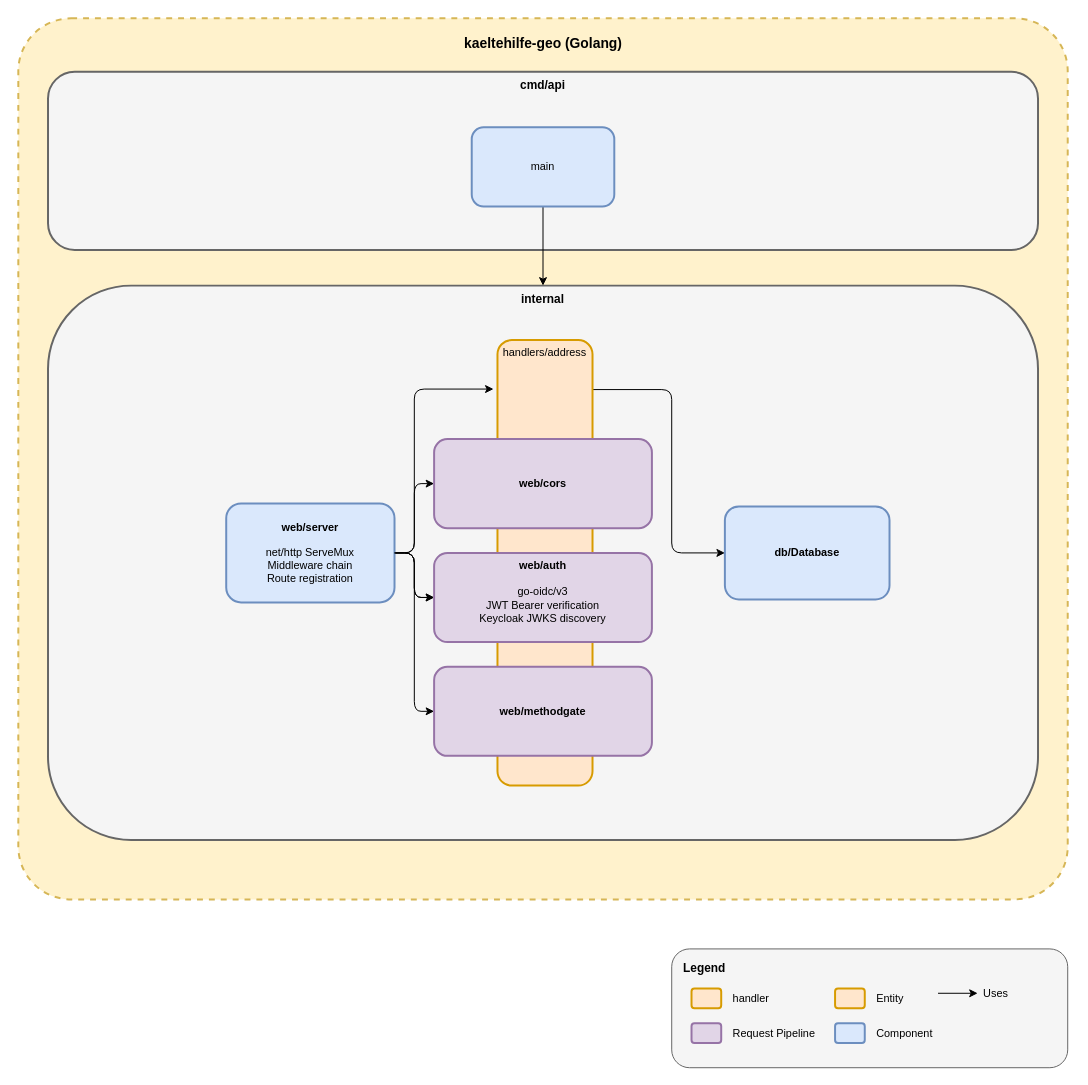
The draw.io diagram docs/img/architecture/5_whitebox_geo.drawio in Businesskasper/kaeltehilfe, before the edit. Source tidied: cells renumbered, new cells numbered last; positions are measured from the earlier drawing's top-left corner, leaving out a move shared by most shapes. Both pictures are drawn from the tidied source at 99%, with x=0, y=0 at pixel (18, 18).
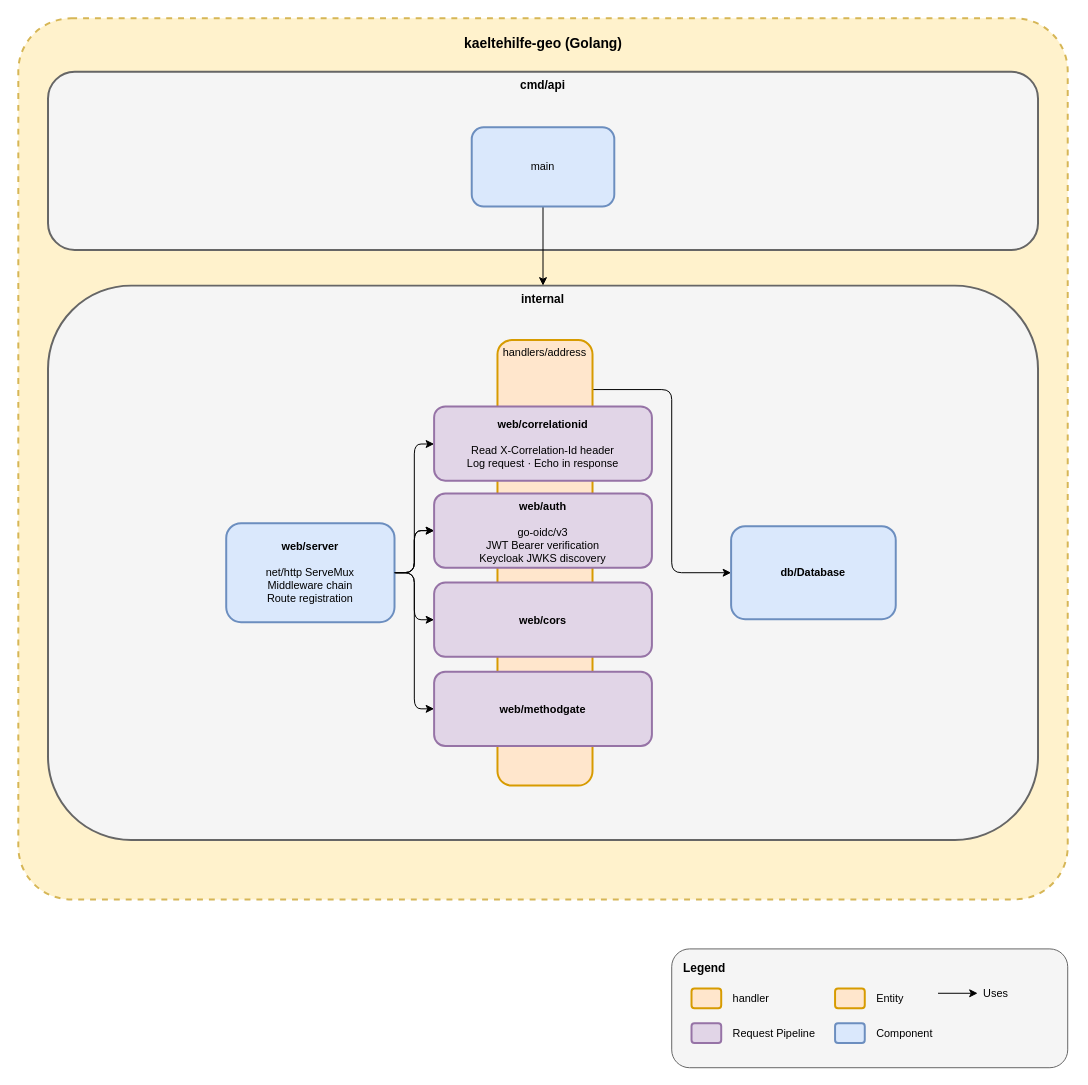
The same diagram, later.

Commit message (it also covers changes not shown here):
docu: Document correlation ID and logging in architecture, update whitebox diagrams

Unchanged cells that the change refers to:
```xml
<mxCell id="7" value="handlers/address" style="rounded=1;whiteSpace=wrap;html=1;fillColor=#ffe6cc;strokeColor=#d79b00;strokeWidth=2;fontSize=11;verticalAlign=top;" parent="1" vertex="1">
  <mxGeometry x="484" y="325" width="96" height="450" as="geometry" />
</mxCell>
```

Change to the diagram source:
```diff
@@
     <mxCell id="6" style="edgeStyle=orthogonalEdgeStyle;rounded=1;jettySize=auto;html=1;curved=0;" parent="1" edge="1" source="7" target="21">
       <mxGeometry relative="1" as="geometry">
         <Array as="points">
           <mxPoint x="660" y="375" />
-          <mxPoint x="660" y="540" />
+          <mxPoint x="660" y="560" />
         </Array>
       </mxGeometry>
     </mxCell>
@@
     <mxCell id="21" value="&lt;b&gt;db/Database&lt;/b&gt;" style="rounded=1;whiteSpace=wrap;html=1;fillColor=#dae8fc;strokeColor=#6c8ebf;strokeWidth=2;fontSize=11;" parent="1" vertex="1">
-      <mxGeometry x="713.7" y="493" width="166.3" height="94" as="geometry" />
+      <mxGeometry x="720" y="513" width="166.3" height="94" as="geometry" />
     </mxCell>
@@
     <mxCell id="27" value="&lt;b&gt;web/server&lt;/b&gt;&lt;br&gt;&lt;br&gt;net/http ServeMux&lt;br&gt;Middleware chain&lt;br&gt;Route registration" style="rounded=1;whiteSpace=wrap;html=1;fillColor=#dae8fc;strokeColor=#6c8ebf;strokeWidth=2;fontSize=11;" parent="1" vertex="1">
-      <mxGeometry x="210" y="490" width="170" height="100" as="geometry" />
+      <mxGeometry x="210" y="510" width="170" height="100" as="geometry" />
     </mxCell>
+    <mxCell id="33" value="&lt;b&gt;web/correlationid&lt;/b&gt;&lt;br&gt;&lt;br&gt;Read X-Correlation-Id header&lt;br&gt;Log request · Echo in response" style="rounded=1;whiteSpace=wrap;html=1;fillColor=#e1d5e7;strokeColor=#9673a6;strokeWidth=2;fontSize=11;" parent="1" vertex="1">
+      <mxGeometry x="420" y="392" width="220" height="75" as="geometry" />
+    </mxCell>
     <mxCell id="28" value="&lt;b&gt;web/cors&lt;/b&gt;" style="rounded=1;whiteSpace=wrap;html=1;fillColor=#e1d5e7;strokeColor=#9673a6;strokeWidth=2;fontSize=11;" parent="1" vertex="1">
-      <mxGeometry x="420" y="425" width="220" height="90" as="geometry" />
+      <mxGeometry x="420" y="570" width="220" height="75" as="geometry" />
     </mxCell>
     <mxCell id="29" value="&lt;b&gt;web/methodgate&lt;/b&gt;" style="rounded=1;whiteSpace=wrap;html=1;fillColor=#e1d5e7;strokeColor=#9673a6;strokeWidth=2;fontSize=11;" parent="1" vertex="1">
-      <mxGeometry x="420" y="655" width="220" height="90" as="geometry" />
+      <mxGeometry x="420" y="660" width="220" height="75" as="geometry" />
     </mxCell>
-    <mxCell id="30" style="edgeStyle=orthogonalEdgeStyle;rounded=1;jettySize=auto;html=1;entryX=-0.042;entryY=0.11;entryDx=0;entryDy=0;entryPerimeter=0;curved=0;" parent="1" edge="1" source="27" target="7">
+    <mxCell id="30" style="edgeStyle=orthogonalEdgeStyle;rounded=1;jettySize=auto;html=1;curved=0;" parent="1" edge="1" source="27" target="33">
       <mxGeometry relative="1" as="geometry">
         <Array as="points">
-          <mxPoint x="400" y="540" />
-          <mxPoint x="400" y="375" />
-          <mxPoint x="480" y="375" />
+          <mxPoint x="400" y="560" />
+          <mxPoint x="400" y="430" />
         </Array>
       </mxGeometry>
     </mxCell>
@@
     <mxCell id="32" value="&lt;b&gt;web/auth&lt;/b&gt;&lt;br&gt;&lt;br&gt;&lt;div style=&quot;&quot;&gt;go-oidc/v3&lt;/div&gt;&lt;div style=&quot;&quot;&gt;JWT Bearer verification&lt;/div&gt;&lt;div style=&quot;&quot;&gt;Keycloak JWKS discovery&lt;/div&gt;" style="rounded=1;whiteSpace=wrap;html=1;fillColor=#e1d5e7;strokeColor=#9673a6;strokeWidth=2;fontSize=11;verticalAlign=top;" parent="1" vertex="1">
-      <mxGeometry x="420" y="540" width="220" height="90" as="geometry" />
+      <mxGeometry x="420" y="480" width="220" height="75" as="geometry" />
     </mxCell>
```
